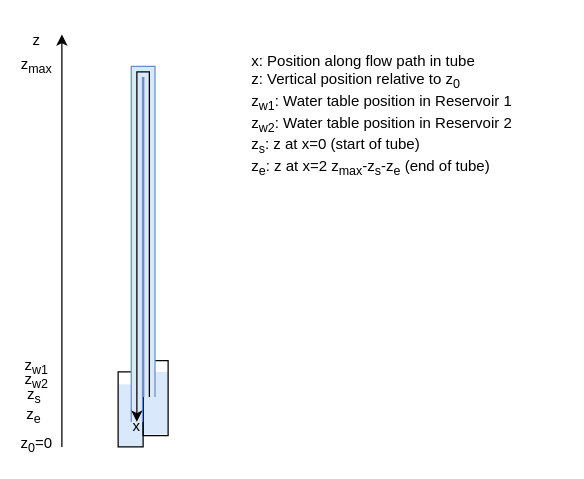
The draw.io diagram Untitled Diagram.drawio in schymans/drawings, before the edit. Source tidied: cells renumbered, new cells numbered last; positions are measured from the earlier drawing's top-left corner, leaving out a move shared by most shapes. Both pictures are drawn from the tidied source at 125%, with x=0, y=0 at pixel (21, 21).
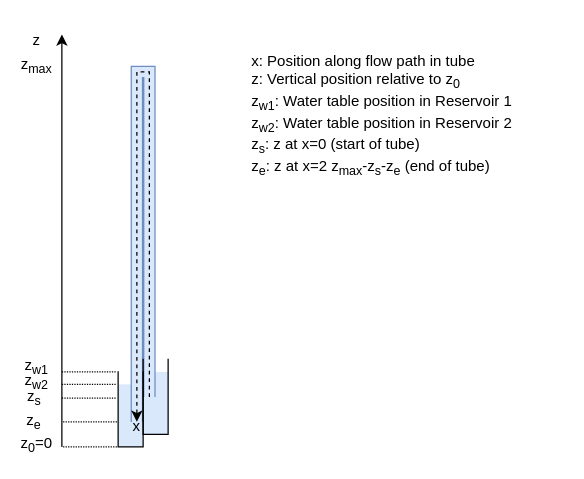
The same page after the edit.

The edit, as a diff of the source:
```diff
@@
-    <mxCell id="4" style="rounded=0;whiteSpace=wrap;html=1;fillColor=none;" parent="1" vertex="1">
-      <mxGeometry x="77" y="280" width="20" height="60" as="geometry" />
-    </mxCell>
-    <mxCell id="5" style="rounded=0;whiteSpace=wrap;html=1;fillColor=none;" parent="1" vertex="1">
-      <mxGeometry x="97" y="271" width="20" height="60" as="geometry" />
-    </mxCell>
@@
-    <mxCell id="10" style="edgeStyle=segmentEdgeStyle;endArrow=classic;html=1;rounded=0;" parent="1" edge="1">
+    <mxCell id="10" style="edgeStyle=segmentEdgeStyle;endArrow=classic;html=1;rounded=0;dashed=1;" parent="1" edge="1">
       <mxGeometry relative="1" as="geometry">
         <mxPoint x="102" y="300" as="sourcePoint" />
         <mxPoint x="92" y="320" as="targetPoint" />
         <Array as="points">
           <mxPoint x="92" y="40" />
         </Array>
       </mxGeometry>
     </mxCell>
@@
     <mxCell id="12" value="z&lt;sub&gt;w2&lt;/sub&gt;" style="text;html=1;strokeColor=none;fillColor=none;align=center;verticalAlign=middle;whiteSpace=wrap;rounded=0;" parent="1" vertex="1">
-      <mxGeometry x="2" y="283" width="20" height="7" as="geometry" />
+      <mxGeometry x="2" y="284" width="20" height="7" as="geometry" />
     </mxCell>
     <mxCell id="13" value="z&lt;sub&gt;s&lt;/sub&gt;" style="text;html=1;strokeColor=none;fillColor=none;align=center;verticalAlign=middle;whiteSpace=wrap;rounded=0;" parent="1" vertex="1">
-      <mxGeometry y="294" width="20" height="10" as="geometry" />
+      <mxGeometry y="296" width="20" height="10" as="geometry" />
     </mxCell>
-    <mxCell id="14" value="z&lt;sub&gt;e&lt;/sub&gt;" style="text;whiteSpace=wrap;html=1;" parent="1" vertex="1">
-      <mxGeometry x="2" y="300" width="20" height="20" as="geometry" />
+    <mxCell id="14" value="z&lt;sub&gt;e&lt;/sub&gt;" style="text;whiteSpace=wrap;html=1;verticalAlign=middle;" parent="1" vertex="1">
+      <mxGeometry x="2" y="315" width="20" height="10" as="geometry" />
     </mxCell>
-    <mxCell id="15" style="endArrow=none;html=1;rounded=0;" parent="1" edge="1">
+    <mxCell id="15" style="endArrow=none;html=1;rounded=0;dashed=1;dashPattern=1 1;strokeWidth=1;" parent="1" edge="1">
       <mxGeometry relative="1" as="geometry">
         <mxPoint x="32" y="340" as="sourcePoint" />
         <mxPoint x="32" y="340" as="targetPoint" />
       </mxGeometry>
     </mxCell>
@@
+    <mxCell id="19" style="shape=partialRectangle;whiteSpace=wrap;html=1;bottom=1;right=1;left=1;top=0;fillColor=none;routingCenterX=-0.5;" parent="1" vertex="1">
+      <mxGeometry x="77" y="280" width="20" height="60" as="geometry" />
+    </mxCell>
+    <mxCell id="20" style="shape=partialRectangle;whiteSpace=wrap;html=1;bottom=1;right=1;left=1;top=0;fillColor=none;routingCenterX=-0.5;" parent="1" vertex="1">
+      <mxGeometry x="97" y="270" width="20" height="60" as="geometry" />
+    </mxCell>
+    <mxCell id="21" style="endArrow=none;dashed=1;html=1;dashPattern=1 1;strokeWidth=1;rounded=0;entryX=0.75;entryY=0.333;entryDx=0;entryDy=0;entryPerimeter=0;" parent="1" edge="1">
+      <mxGeometry relative="1" as="geometry">
+        <mxPoint x="32" y="280" as="sourcePoint" />
+        <mxPoint x="76" y="280" as="targetPoint" />
+      </mxGeometry>
+    </mxCell>
+    <mxCell id="22" style="endArrow=none;dashed=1;html=1;dashPattern=1 1;strokeWidth=1;rounded=0;entryX=0.75;entryY=0.333;entryDx=0;entryDy=0;entryPerimeter=0;" parent="1" edge="1">
+      <mxGeometry relative="1" as="geometry">
+        <mxPoint x="32" y="290" as="sourcePoint" />
+        <mxPoint x="76" y="290" as="targetPoint" />
+      </mxGeometry>
+    </mxCell>
+    <mxCell id="23" style="endArrow=none;dashed=1;html=1;dashPattern=1 1;strokeWidth=1;rounded=0;entryX=0.75;entryY=0.333;entryDx=0;entryDy=0;entryPerimeter=0;" parent="1" edge="1">
+      <mxGeometry relative="1" as="geometry">
+        <mxPoint x="32" y="301" as="sourcePoint" />
+        <mxPoint x="76" y="301" as="targetPoint" />
+      </mxGeometry>
+    </mxCell>
+    <mxCell id="24" style="endArrow=none;dashed=1;html=1;dashPattern=1 1;strokeWidth=1;rounded=0;entryX=0.75;entryY=0.333;entryDx=0;entryDy=0;entryPerimeter=0;" parent="1" edge="1">
+      <mxGeometry relative="1" as="geometry">
+        <mxPoint x="33" y="320" as="sourcePoint" />
+        <mxPoint x="77" y="320" as="targetPoint" />
+      </mxGeometry>
+    </mxCell>
+    <mxCell id="25" style="endArrow=none;dashed=1;html=1;dashPattern=1 1;strokeWidth=1;rounded=0;entryX=0.75;entryY=0.333;entryDx=0;entryDy=0;entryPerimeter=0;" parent="1" edge="1">
+      <mxGeometry relative="1" as="geometry">
+        <mxPoint x="33" y="340" as="sourcePoint" />
+        <mxPoint x="77" y="340" as="targetPoint" />
+      </mxGeometry>
+    </mxCell>
```
